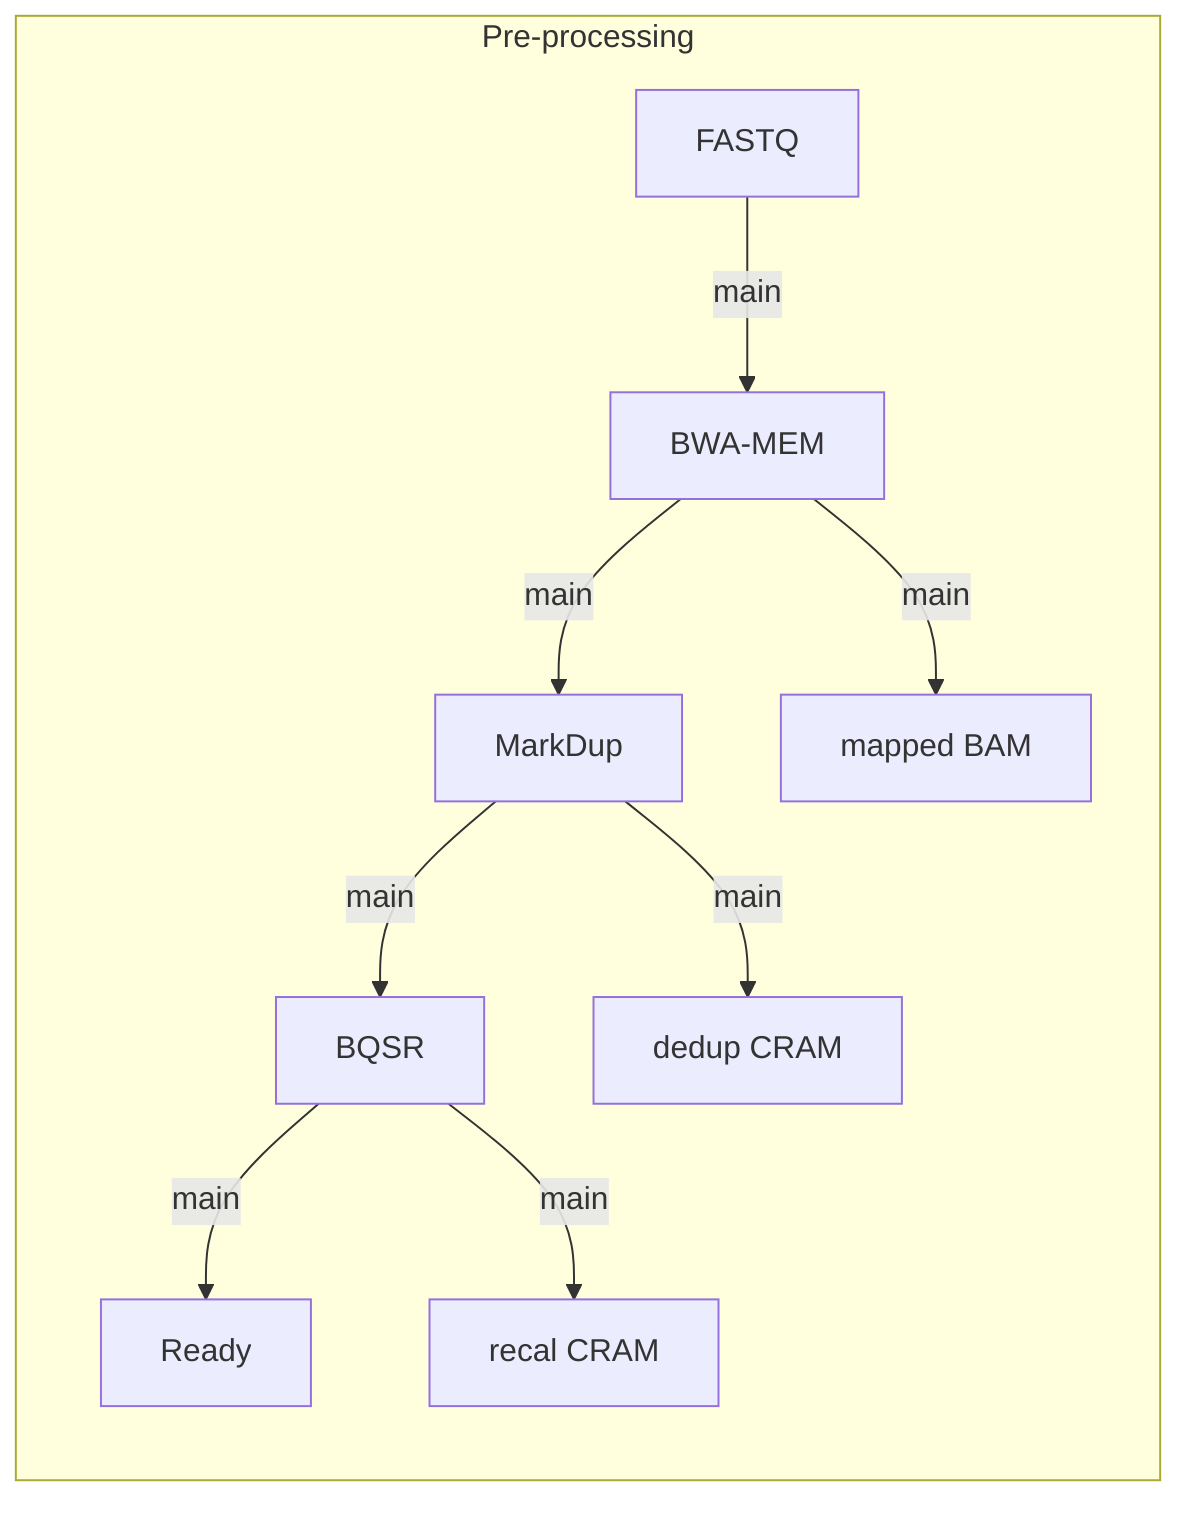
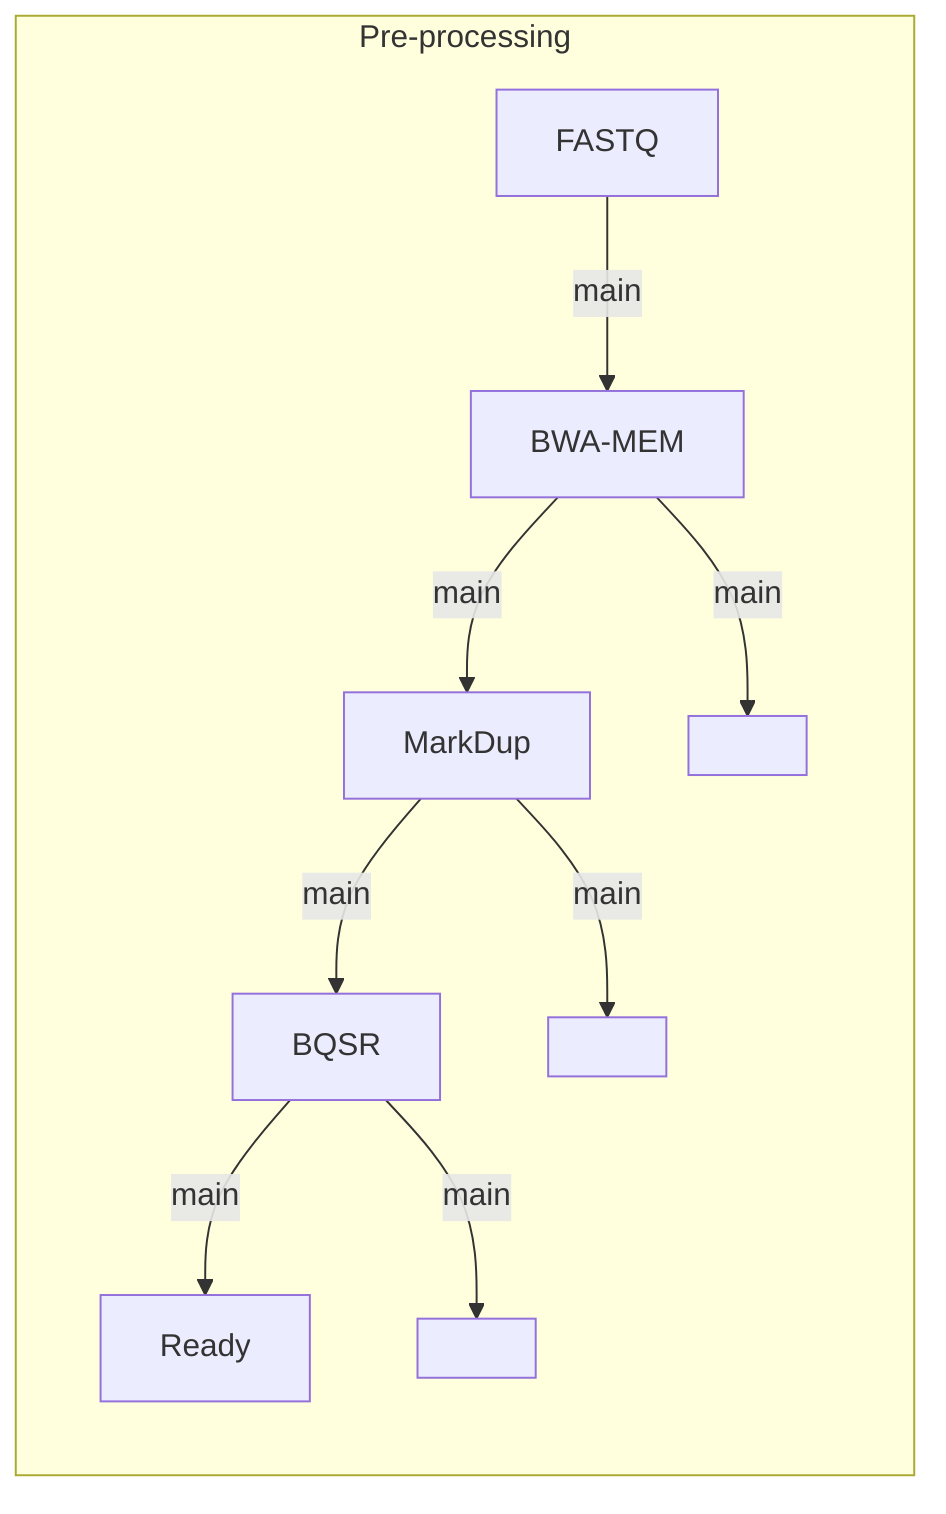
%%metro title: Off-track outputs
%%metro line: main | Pre-processing | #3b82f6
%%metro off_track: bam_mapped, cram_md, cram_recal
%%metro file: bam_mapped | BAM
%%metro file: cram_md | CRAM
%%metro file: cram_recal | CRAM

graph LR
    subgraph preprocess [Pre-processing]
        fastq[FASTQ]
        bwa[BWA-MEM]
        markdup[MarkDup]
        bqsr[BQSR]
        ready[Ready]
        fastq -->|main| bwa
        bwa -->|main| markdup
        markdup -->|main| bqsr
        bqsr -->|main| ready
        bwa -->|main| bam_mapped
-         bam_mapped[mapped BAM]
+         bam_mapped[ ]
        markdup -->|main| cram_md
-         cram_md[dedup CRAM]
+         cram_md[ ]
        bqsr -->|main| cram_recal
-         cram_recal[recal CRAM]
+         cram_recal[ ]
    end
